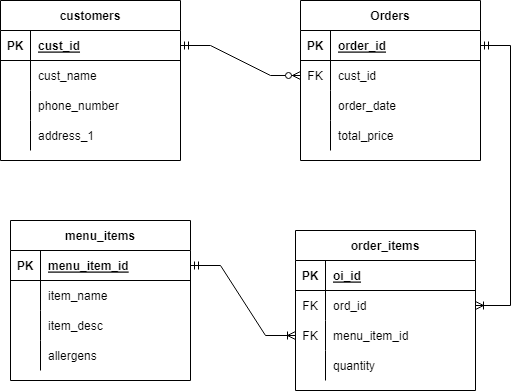
coding-james/tdp_bootcamp keeps this draw.io diagram as vegan_ERD.drawio.png. Above is the earlier version. Source tidied: cells renumbered, new cells last; positions are measured from the earlier drawing's top-left corner, leaving out a move shared by most shapes.
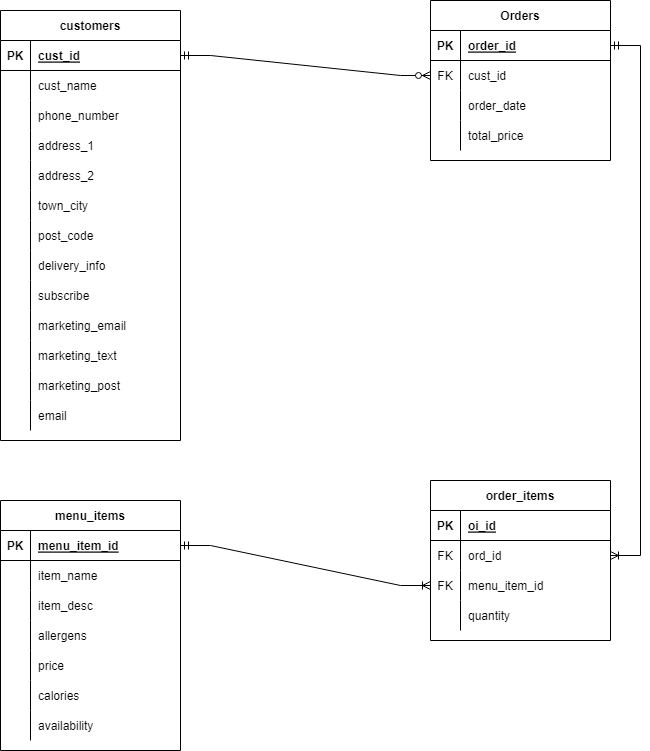
After the change.

The edit, as a diff of the source:
```diff
@@ -3,7 +3,7 @@
     <mxCell id="0" />
     <mxCell id="1" parent="0" />
     <mxCell id="2" value="Orders" style="shape=table;startSize=30;rowLines=0;fontStyle=1;align=center;" parent="1" vertex="1">
-      <mxGeometry x="300" width="180" height="160" as="geometry" />
+      <mxGeometry x="430" y="-10" width="180" height="160" as="geometry" />
     </mxCell>
     <mxCell id="3" style="shape=tableRow;horizontal=0;startSize=0;swimlaneHead=0;swimlaneBody=0;fillColor=none;points=[[0,0.5],[1,0.5]];portConstraint=eastwest;top=0;left=0;right=0;bottom=1;" parent="2" vertex="1">
       <mxGeometry y="30" width="180" height="30" as="geometry" />
@@ -42,7 +42,7 @@
       <mxGeometry x="30" width="150" height="30" as="geometry" />
     </mxCell>
     <mxCell id="15" value="customers" style="shape=table;startSize=30;rowLines=0;fontStyle=1;align=center;" parent="1" vertex="1">
-      <mxGeometry width="180" height="160" as="geometry" />
+      <mxGeometry width="180" height="430" as="geometry" />
     </mxCell>
     <mxCell id="16" style="shape=tableRow;horizontal=0;startSize=0;swimlaneHead=0;swimlaneBody=0;fillColor=none;points=[[0,0.5],[1,0.5]];portConstraint=eastwest;top=0;left=0;right=0;bottom=1;" parent="15" vertex="1">
       <mxGeometry y="30" width="180" height="30" as="geometry" />
@@ -80,8 +80,89 @@
     <mxCell id="27" value="address_1" style="shape=partialRectangle;fillColor=none;top=0;left=0;bottom=0;right=0;align=left;spacingLeft=6;overflow=hidden;" parent="25" vertex="1">
       <mxGeometry x="30" width="150" height="30" as="geometry" />
     </mxCell>
+    <mxCell id="57" style="shape=tableRow;horizontal=0;startSize=0;swimlaneHead=0;swimlaneBody=0;fillColor=none;top=0;left=0;right=0;bottom=0;" parent="15" vertex="1">
+      <mxGeometry y="150" width="180" height="30" as="geometry" />
+    </mxCell>
+    <mxCell id="58" style="shape=partialRectangle;fillColor=none;top=0;left=0;bottom=0;right=0;overflow=hidden;" parent="57" vertex="1">
+      <mxGeometry width="30" height="30" as="geometry" />
+    </mxCell>
+    <mxCell id="59" value="address_2" style="shape=partialRectangle;fillColor=none;top=0;left=0;bottom=0;right=0;align=left;spacingLeft=6;overflow=hidden;" parent="57" vertex="1">
+      <mxGeometry x="30" width="150" height="30" as="geometry" />
+    </mxCell>
+    <mxCell id="60" style="shape=tableRow;horizontal=0;startSize=0;swimlaneHead=0;swimlaneBody=0;fillColor=none;top=0;left=0;right=0;bottom=0;" parent="15" vertex="1">
+      <mxGeometry y="180" width="180" height="30" as="geometry" />
+    </mxCell>
+    <mxCell id="61" style="shape=partialRectangle;fillColor=none;top=0;left=0;bottom=0;right=0;overflow=hidden;" parent="60" vertex="1">
+      <mxGeometry width="30" height="30" as="geometry" />
+    </mxCell>
+    <mxCell id="62" value="town_city" style="shape=partialRectangle;fillColor=none;top=0;left=0;bottom=0;right=0;align=left;spacingLeft=6;overflow=hidden;" parent="60" vertex="1">
+      <mxGeometry x="30" width="150" height="30" as="geometry" />
+    </mxCell>
+    <mxCell id="63" style="shape=tableRow;horizontal=0;startSize=0;swimlaneHead=0;swimlaneBody=0;fillColor=none;top=0;left=0;right=0;bottom=0;" parent="15" vertex="1">
+      <mxGeometry y="210" width="180" height="30" as="geometry" />
+    </mxCell>
+    <mxCell id="64" style="shape=partialRectangle;fillColor=none;top=0;left=0;bottom=0;right=0;overflow=hidden;" parent="63" vertex="1">
+      <mxGeometry width="30" height="30" as="geometry" />
+    </mxCell>
+    <mxCell id="65" value="post_code" style="shape=partialRectangle;fillColor=none;top=0;left=0;bottom=0;right=0;align=left;spacingLeft=6;overflow=hidden;" parent="63" vertex="1">
+      <mxGeometry x="30" width="150" height="30" as="geometry" />
+    </mxCell>
+    <mxCell id="66" style="shape=tableRow;horizontal=0;startSize=0;swimlaneHead=0;swimlaneBody=0;fillColor=none;top=0;left=0;right=0;bottom=0;" parent="15" vertex="1">
+      <mxGeometry y="240" width="180" height="30" as="geometry" />
+    </mxCell>
+    <mxCell id="67" style="shape=partialRectangle;fillColor=none;top=0;left=0;bottom=0;right=0;overflow=hidden;" parent="66" vertex="1">
+      <mxGeometry width="30" height="30" as="geometry" />
+    </mxCell>
+    <mxCell id="68" value="delivery_info" style="shape=partialRectangle;fillColor=none;top=0;left=0;bottom=0;right=0;align=left;spacingLeft=6;overflow=hidden;" parent="66" vertex="1">
+      <mxGeometry x="30" width="150" height="30" as="geometry" />
+    </mxCell>
+    <mxCell id="69" style="shape=tableRow;horizontal=0;startSize=0;swimlaneHead=0;swimlaneBody=0;fillColor=none;top=0;left=0;right=0;bottom=0;" parent="15" vertex="1">
+      <mxGeometry y="270" width="180" height="30" as="geometry" />
+    </mxCell>
+    <mxCell id="70" style="shape=partialRectangle;fillColor=none;top=0;left=0;bottom=0;right=0;overflow=hidden;" parent="69" vertex="1">
+      <mxGeometry width="30" height="30" as="geometry" />
+    </mxCell>
+    <mxCell id="71" value="subscribe" style="shape=partialRectangle;fillColor=none;top=0;left=0;bottom=0;right=0;align=left;spacingLeft=6;overflow=hidden;" parent="69" vertex="1">
+      <mxGeometry x="30" width="150" height="30" as="geometry" />
+    </mxCell>
+    <mxCell id="72" style="shape=tableRow;horizontal=0;startSize=0;swimlaneHead=0;swimlaneBody=0;fillColor=none;top=0;left=0;right=0;bottom=0;" parent="15" vertex="1">
+      <mxGeometry y="300" width="180" height="30" as="geometry" />
+    </mxCell>
+    <mxCell id="73" style="shape=partialRectangle;fillColor=none;top=0;left=0;bottom=0;right=0;overflow=hidden;" parent="72" vertex="1">
+      <mxGeometry width="30" height="30" as="geometry" />
+    </mxCell>
+    <mxCell id="74" value="marketing_email" style="shape=partialRectangle;fillColor=none;top=0;left=0;bottom=0;right=0;align=left;spacingLeft=6;overflow=hidden;" parent="72" vertex="1">
+      <mxGeometry x="30" width="150" height="30" as="geometry" />
+    </mxCell>
+    <mxCell id="75" style="shape=tableRow;horizontal=0;startSize=0;swimlaneHead=0;swimlaneBody=0;fillColor=none;top=0;left=0;right=0;bottom=0;" parent="15" vertex="1">
+      <mxGeometry y="330" width="180" height="30" as="geometry" />
+    </mxCell>
+    <mxCell id="76" style="shape=partialRectangle;fillColor=none;top=0;left=0;bottom=0;right=0;overflow=hidden;" parent="75" vertex="1">
+      <mxGeometry width="30" height="30" as="geometry" />
+    </mxCell>
+    <mxCell id="77" value="marketing_text" style="shape=partialRectangle;fillColor=none;top=0;left=0;bottom=0;right=0;align=left;spacingLeft=6;overflow=hidden;" parent="75" vertex="1">
+      <mxGeometry x="30" width="150" height="30" as="geometry" />
+    </mxCell>
+    <mxCell id="78" style="shape=tableRow;horizontal=0;startSize=0;swimlaneHead=0;swimlaneBody=0;fillColor=none;top=0;left=0;right=0;bottom=0;" parent="15" vertex="1">
+      <mxGeometry y="360" width="180" height="30" as="geometry" />
+    </mxCell>
+    <mxCell id="79" style="shape=partialRectangle;fillColor=none;top=0;left=0;bottom=0;right=0;overflow=hidden;" parent="78" vertex="1">
+      <mxGeometry width="30" height="30" as="geometry" />
+    </mxCell>
+    <mxCell id="80" value="marketing_post" style="shape=partialRectangle;fillColor=none;top=0;left=0;bottom=0;right=0;align=left;spacingLeft=6;overflow=hidden;" parent="78" vertex="1">
+      <mxGeometry x="30" width="150" height="30" as="geometry" />
+    </mxCell>
+    <mxCell id="81" style="shape=tableRow;horizontal=0;startSize=0;swimlaneHead=0;swimlaneBody=0;fillColor=none;top=0;left=0;right=0;bottom=0;" parent="15" vertex="1">
+      <mxGeometry y="390" width="180" height="30" as="geometry" />
+    </mxCell>
+    <mxCell id="82" style="shape=partialRectangle;fillColor=none;top=0;left=0;bottom=0;right=0;overflow=hidden;" parent="81" vertex="1">
+      <mxGeometry width="30" height="30" as="geometry" />
+    </mxCell>
+    <mxCell id="83" value="email" style="shape=partialRectangle;fillColor=none;top=0;left=0;bottom=0;right=0;align=left;spacingLeft=6;overflow=hidden;" parent="81" vertex="1">
+      <mxGeometry x="30" width="150" height="30" as="geometry" />
+    </mxCell>
     <mxCell id="28" value="order_items" style="shape=table;startSize=30;rowLines=0;fontStyle=1;align=center;" parent="1" vertex="1">
-      <mxGeometry x="295" y="230" width="180" height="160" as="geometry" />
+      <mxGeometry x="430" y="470" width="180" height="160" as="geometry" />
     </mxCell>
     <mxCell id="29" style="shape=tableRow;horizontal=0;startSize=0;swimlaneHead=0;swimlaneBody=0;fillColor=none;top=0;left=0;right=0;bottom=1;" parent="28" vertex="1">
       <mxGeometry y="30" width="180" height="30" as="geometry" />
@@ -120,7 +201,7 @@
       <mxGeometry x="30" width="150" height="30" as="geometry" />
     </mxCell>
     <mxCell id="41" value="menu_items" style="shape=table;startSize=30;rowLines=0;fontStyle=1;align=center;" parent="1" vertex="1">
-      <mxGeometry x="10" y="220" width="180" height="160" as="geometry" />
+      <mxGeometry y="490" width="180" height="250" as="geometry" />
     </mxCell>
     <mxCell id="42" style="shape=tableRow;horizontal=0;startSize=0;swimlaneHead=0;swimlaneBody=0;fillColor=none;points=[[0,0.5],[1,0.5]];portConstraint=eastwest;top=0;left=0;right=0;bottom=1;" parent="41" vertex="1">
       <mxGeometry y="30" width="180" height="30" as="geometry" />
@@ -158,6 +239,33 @@
     <mxCell id="53" value="allergens" style="shape=partialRectangle;fillColor=none;top=0;left=0;bottom=0;right=0;align=left;spacingLeft=6;overflow=hidden;" parent="51" vertex="1">
       <mxGeometry x="30" width="150" height="30" as="geometry" />
     </mxCell>
+    <mxCell id="84" style="shape=tableRow;horizontal=0;startSize=0;swimlaneHead=0;swimlaneBody=0;fillColor=none;top=0;left=0;right=0;bottom=0;" parent="41" vertex="1">
+      <mxGeometry y="150" width="180" height="30" as="geometry" />
+    </mxCell>
+    <mxCell id="85" style="shape=partialRectangle;fillColor=none;top=0;left=0;bottom=0;right=0;overflow=hidden;" parent="84" vertex="1">
+      <mxGeometry width="30" height="30" as="geometry" />
+    </mxCell>
+    <mxCell id="86" value="price" style="shape=partialRectangle;fillColor=none;top=0;left=0;bottom=0;right=0;align=left;spacingLeft=6;overflow=hidden;" parent="84" vertex="1">
+      <mxGeometry x="30" width="150" height="30" as="geometry" />
+    </mxCell>
+    <mxCell id="87" style="shape=tableRow;horizontal=0;startSize=0;swimlaneHead=0;swimlaneBody=0;fillColor=none;top=0;left=0;right=0;bottom=0;" parent="41" vertex="1">
+      <mxGeometry y="180" width="180" height="30" as="geometry" />
+    </mxCell>
+    <mxCell id="88" style="shape=partialRectangle;fillColor=none;top=0;left=0;bottom=0;right=0;overflow=hidden;" parent="87" vertex="1">
+      <mxGeometry width="30" height="30" as="geometry" />
+    </mxCell>
+    <mxCell id="89" value="calories" style="shape=partialRectangle;fillColor=none;top=0;left=0;bottom=0;right=0;align=left;spacingLeft=6;overflow=hidden;" parent="87" vertex="1">
+      <mxGeometry x="30" width="150" height="30" as="geometry" />
+    </mxCell>
+    <mxCell id="90" style="shape=tableRow;horizontal=0;startSize=0;swimlaneHead=0;swimlaneBody=0;fillColor=none;top=0;left=0;right=0;bottom=0;" parent="41" vertex="1">
+      <mxGeometry y="210" width="180" height="30" as="geometry" />
+    </mxCell>
+    <mxCell id="91" style="shape=partialRectangle;fillColor=none;top=0;left=0;bottom=0;right=0;overflow=hidden;" parent="90" vertex="1">
+      <mxGeometry width="30" height="30" as="geometry" />
+    </mxCell>
+    <mxCell id="92" value="availability" style="shape=partialRectangle;fillColor=none;top=0;left=0;bottom=0;right=0;align=left;spacingLeft=6;overflow=hidden;" parent="90" vertex="1">
+      <mxGeometry x="30" width="150" height="30" as="geometry" />
+    </mxCell>
     <mxCell id="54" style="edgeStyle=entityRelationEdgeStyle;fontSize=12;html=1;endArrow=ERzeroToMany;startArrow=ERmandOne;rounded=0;exitX=1;exitY=0.5;exitDx=0;exitDy=0;entryX=0;entryY=0.5;entryDx=0;entryDy=0;" parent="1" edge="1" source="16" target="6">
       <mxGeometry relative="1" as="geometry" />
     </mxCell>
```
